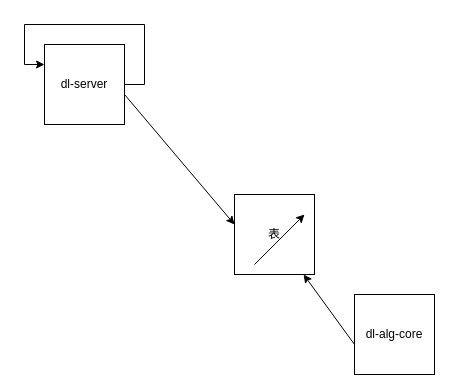
Earlier version of the draw.io diagram 未命名绘图.drawio (jiwuyou/my-blog). Source tidied: cells renumbered, new cells numbered last; positions are measured from the earlier drawing's top-left corner, leaving out a move shared by most shapes. Both pictures are drawn from the tidied source at 100%, with x=0, y=0 at pixel (24, 24).
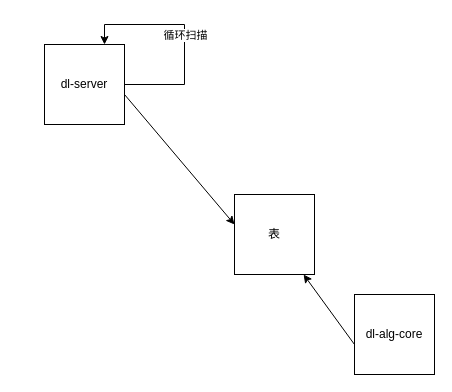
After the change.

Commit message:
更新未命名绘图.drawio

Change to the diagram source:
```diff
@@
 <mxGraphModel>
   <root>
     <mxCell id="0" />
     <mxCell id="1" parent="0" />
-    <mxCell id="2" style="edgeStyle=orthogonalEdgeStyle;rounded=0;orthogonalLoop=1;jettySize=auto;html=1;exitX=1;exitY=0.5;exitDx=0;exitDy=0;" parent="1" edge="1" source="3" target="3">
-      <mxGeometry relative="1" as="geometry">
-        <Array as="points">
-          <mxPoint x="120" y="60" />
-          <mxPoint x="120" />
-          <mxPoint />
-          <mxPoint y="40" />
-        </Array>
-      </mxGeometry>
-    </mxCell>
     <mxCell id="3" value="dl-server" style="whiteSpace=wrap;html=1;" parent="1" vertex="1">
       <mxGeometry x="20" y="20" width="80" height="80" as="geometry" />
     </mxCell>
     <mxCell id="4" value="dl-alg-core" style="whiteSpace=wrap;html=1;" parent="1" vertex="1">
       <mxGeometry x="330" y="270" width="80" height="80" as="geometry" />
     </mxCell>
     <mxCell id="5" value="表" style="whiteSpace=wrap;html=1;" parent="1" vertex="1">
       <mxGeometry x="210" y="170" width="80" height="80" as="geometry" />
     </mxCell>
     <mxCell id="6" style="endArrow=classic;html=1;rounded=0;" parent="1" edge="1">
       <mxGeometry relative="1" as="geometry">
         <mxPoint x="100" y="70" as="sourcePoint" />
         <mxPoint x="210" y="200" as="targetPoint" />
       </mxGeometry>
     </mxCell>
     <mxCell id="7" style="endArrow=classic;html=1;rounded=0;" parent="1" edge="1" target="5">
       <mxGeometry relative="1" as="geometry">
         <mxPoint x="330" y="320" as="sourcePoint" />
       </mxGeometry>
     </mxCell>
-    <mxCell id="8" style="endArrow=classic;html=1;rounded=0;" parent="1" edge="1">
-      <mxGeometry relative="1" as="geometry">
-        <mxPoint x="230" y="240" as="sourcePoint" />
-        <mxPoint x="280" y="190" as="targetPoint" />
-      </mxGeometry>
-    </mxCell>
+    <mxCell id="9" style="endArrow=classic;html=1;rounded=0;entryX=0.75;entryY=0;entryDx=0;entryDy=0;" parent="1" edge="1" target="3">
+      <mxGeometry relative="1" as="geometry">
+        <mxPoint x="100" y="60" as="sourcePoint" />
+        <Array as="points">
+          <mxPoint x="160" y="60" />
+          <mxPoint x="160" />
+          <mxPoint x="80" />
+        </Array>
+      </mxGeometry>
+    </mxCell>
+    <mxCell id="10" value="循环扫描" style="edgeLabel;html=1;align=center;verticalAlign=middle;" parent="9" vertex="1">
+      <mxGeometry relative="1" as="geometry" />
+    </mxCell>
   </root>
 </mxGraphModel>
```
